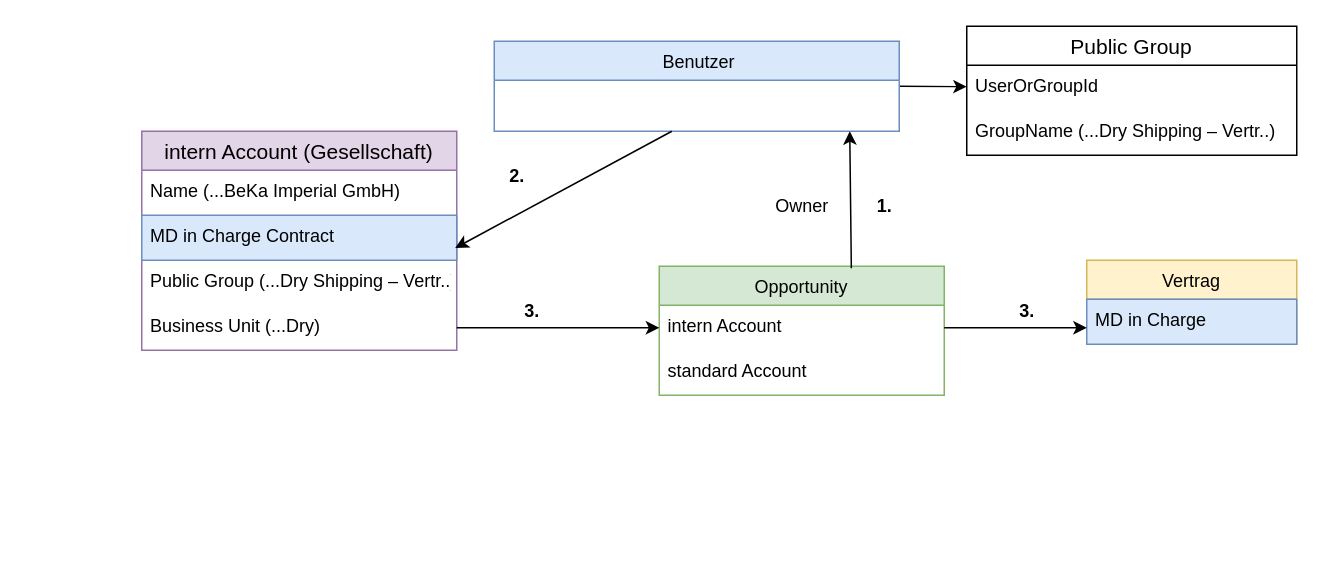
This is User-Vertragsanlage.drawio from tuannguyenvn/SFDX_ps1, a draw.io file, before an edit. Source tidied: cells renumbered, new cells numbered last; positions are measured from the earlier drawing's top-left corner, leaving out a move shared by most shapes. Both pictures are drawn from the tidied source at 150%, with x=0, y=0 at pixel (141, 26).
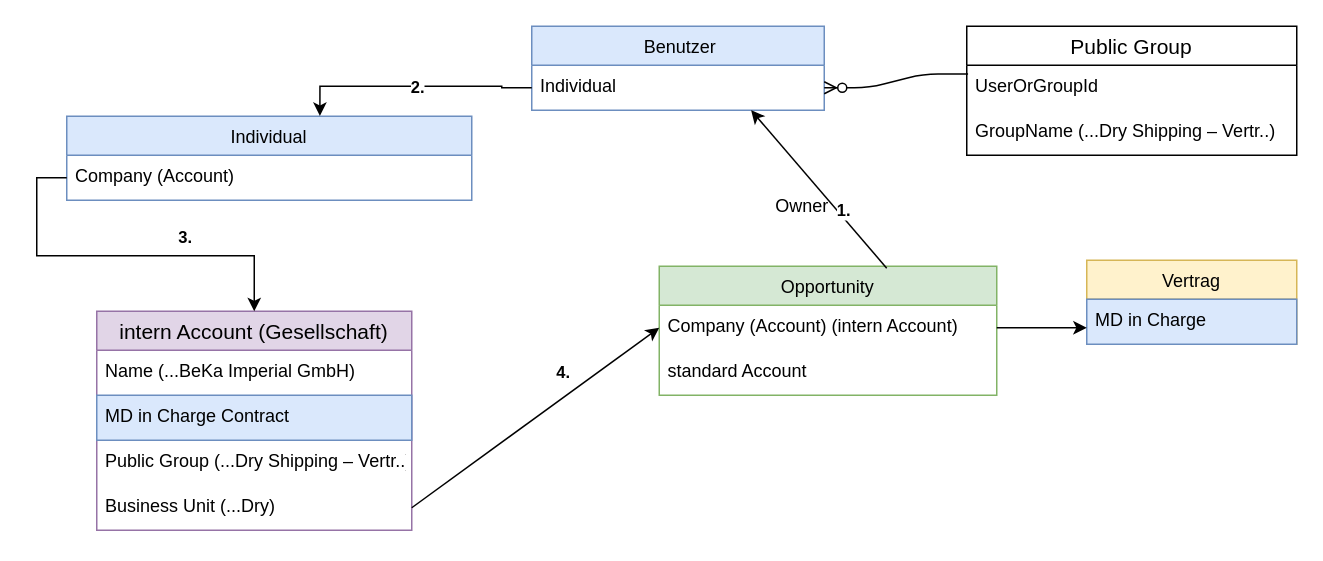
After the change.

The change refers to these unchanged cells:
```xml
<mxCell id="11" value="MD in Charge Contract" style="text;strokeColor=#6c8ebf;fillColor=#dae8fc;spacingLeft=4;spacingRight=4;overflow=hidden;points=[[0,0.5],[1,0.5]];portConstraint=eastwest;fontSize=12;" parent="9" vertex="1">
  <mxGeometry y="56" width="210" height="30" as="geometry" />
</mxCell>
<mxCell id="20" style="edgeStyle=none;rounded=0;jettySize=auto;html=1;exitX=1;exitY=0.5;exitDx=0;exitDy=0;entryX=0;entryY=0.5;entryDx=0;entryDy=0;" parent="1" edge="1" source="13" target="5">
  <mxGeometry relative="1" as="geometry" />
</mxCell>
<mxCell id="24" value="UserOrGroupId" style="text;strokeColor=none;fillColor=none;spacingLeft=4;spacingRight=4;overflow=hidden;points=[[0,0.5],[1,0.5]];portConstraint=eastwest;fontSize=12;" parent="23" vertex="1">
  <mxGeometry y="26" width="220" height="30" as="geometry" />
</mxCell>
```

Change to the diagram source:
```diff
@@
-    <mxCell id="2" style="edgeStyle=none;rounded=0;jettySize=auto;html=1;exitX=1;exitY=0.5;exitDx=0;exitDy=0;" parent="1" edge="1" source="3" target="24">
-      <mxGeometry relative="1" as="geometry" />
-    </mxCell>
     <mxCell id="3" value=" Benutzer" style="swimlane;fontStyle=0;horizontal=1;startSize=26;fillColor=#dae8fc;strokeColor=#6c8ebf;" parent="1" vertex="1">
-      <mxGeometry x="235" y="10" width="270" height="60" as="geometry" />
+      <mxGeometry x="260" width="195" height="56" as="geometry" />
     </mxCell>
+    <mxCell id="26" value="Individual" style="text;strokeColor=none;fillColor=none;spacingLeft=4;spacingRight=4;overflow=hidden;points=[[0,0.5],[1,0.5]];portConstraint=eastwest;fontSize=12;" parent="3" vertex="1">
+      <mxGeometry y="26" width="195" height="30" as="geometry" />
+    </mxCell>
     <mxCell id="4" value="Opportunity" style="swimlane;fontStyle=0;horizontal=1;startSize=26;fillColor=#d5e8d4;strokeColor=#82b366;" parent="1" vertex="1">
-      <mxGeometry x="345" y="160" width="190" height="86" as="geometry" />
+      <mxGeometry x="345" y="160" width="225" height="86" as="geometry" />
     </mxCell>
-    <mxCell id="5" value="intern Account" style="text;spacingLeft=4;spacingRight=4;overflow=hidden;points=[[0,0.5],[1,0.5]];portConstraint=eastwest;fontSize=12;" parent="4" vertex="1">
-      <mxGeometry y="26" width="190" height="30" as="geometry" />
+    <mxCell id="5" value="Company (Account) (intern Account)" style="text;spacingLeft=4;spacingRight=4;overflow=hidden;points=[[0,0.5],[1,0.5]];portConstraint=eastwest;fontSize=12;" parent="4" vertex="1">
+      <mxGeometry y="26" width="225" height="30" as="geometry" />
     </mxCell>
     <mxCell id="6" value="standard Account" style="text;spacingLeft=4;spacingRight=4;overflow=hidden;fontSize=12;" parent="4" vertex="1">
-      <mxGeometry y="56" width="190" height="30" as="geometry" />
+      <mxGeometry y="56" width="225" height="30" as="geometry" />
     </mxCell>
@@
     <mxCell id="9" value="intern Account (Gesellschaft)" style="swimlane;fontStyle=0;horizontal=1;startSize=26;align=center;fontSize=14;fillColor=#e1d5e7;strokeColor=#9673a6;" parent="1" vertex="1">
-      <mxGeometry y="70" width="210" height="146" as="geometry" />
+      <mxGeometry x="-30" y="190" width="210" height="146" as="geometry" />
     </mxCell>
@@
-    <mxCell id="15" style="edgeStyle=none;rounded=0;jettySize=auto;html=1;exitX=0.674;exitY=0.015;exitDx=0;exitDy=0;exitPerimeter=0;" parent="1" edge="1" source="4">
-      <mxGeometry relative="1" as="geometry">
-        <mxPoint x="472" y="70" as="targetPoint" />
-      </mxGeometry>
+    <mxCell id="15" style="edgeStyle=none;rounded=0;jettySize=auto;html=1;exitX=0.674;exitY=0.015;exitDx=0;exitDy=0;exitPerimeter=0;entryX=0.75;entryY=1;entryDx=0;entryDy=0;" parent="1" edge="1" source="4" target="3">
+      <mxGeometry relative="1" as="geometry" />
     </mxCell>
-    <mxCell id="16" style="edgeStyle=none;rounded=0;jettySize=auto;html=1;entryX=0.995;entryY=0.728;entryDx=0;entryDy=0;entryPerimeter=0;" parent="1" edge="1" target="11">
-      <mxGeometry relative="1" as="geometry">
-        <mxPoint x="353.4" y="70" as="sourcePoint" />
-      </mxGeometry>
-    </mxCell>
-    <mxCell id="17" value="1." style="text;html=1;align=center;verticalAlign=middle;strokeColor=none;fontStyle=1;" parent="1" vertex="1">
-      <mxGeometry x="480" y="110" width="30" height="20" as="geometry" />
+    <mxCell id="17" value="&lt;b&gt;1.&lt;/b&gt;" style="edgeLabel;html=1;align=center;verticalAlign=middle;" parent="15" vertex="1">
+      <mxGeometry x="-0.29" y="-3" relative="1" as="geometry" />
     </mxCell>
-    <mxCell id="18" value="2." style="text;html=1;align=center;verticalAlign=middle;strokeColor=none;fontStyle=1;" parent="1" vertex="1">
-      <mxGeometry x="235" y="90" width="30" height="20" as="geometry" />
-    </mxCell>
-    <mxCell id="19" value="3." style="text;html=1;align=center;verticalAlign=middle;strokeColor=none;fontStyle=1;" parent="1" vertex="1">
-      <mxGeometry x="575" y="180" width="30" height="20" as="geometry" />
-    </mxCell>
@@
-    <mxCell id="21" value="3." style="text;html=1;align=center;verticalAlign=middle;strokeColor=none;fontStyle=1;" parent="1" vertex="1">
-      <mxGeometry x="245" y="180" width="30" height="20" as="geometry" />
-    </mxCell>
+    <mxCell id="27" value="&lt;b&gt;4.&lt;/b&gt;" style="edgeLabel;html=1;align=center;verticalAlign=middle;" parent="20" vertex="1">
+      <mxGeometry x="0.37" y="1" relative="1" as="geometry">
+        <mxPoint x="-12" y="-7" as="offset" />
+      </mxGeometry>
+    </mxCell>
@@
+    <mxCell id="28" value="Individual" style="swimlane;fontStyle=0;horizontal=1;startSize=26;fillColor=#dae8fc;strokeColor=#6c8ebf;" parent="1" vertex="1">
+      <mxGeometry x="-50" y="60" width="270" height="56" as="geometry" />
+    </mxCell>
+    <mxCell id="29" value="Company (Account)" style="text;strokeColor=none;fillColor=none;spacingLeft=4;spacingRight=4;overflow=hidden;points=[[0,0.5],[1,0.5]];portConstraint=eastwest;fontSize=12;" parent="28" vertex="1">
+      <mxGeometry y="26" width="270" height="30" as="geometry" />
+    </mxCell>
+    <mxCell id="30" style="edgeStyle=orthogonalEdgeStyle;rounded=0;jettySize=auto;html=1;" parent="1" edge="1" source="29" target="9">
+      <mxGeometry relative="1" as="geometry" />
+    </mxCell>
+    <mxCell id="31" value="&lt;b&gt;3.&lt;/b&gt;" style="edgeLabel;html=1;align=center;verticalAlign=middle;" parent="30" vertex="1">
+      <mxGeometry x="0.34" relative="1" as="geometry">
+        <mxPoint y="-13" as="offset" />
+      </mxGeometry>
+    </mxCell>
+    <mxCell id="32" style="edgeStyle=orthogonalEdgeStyle;rounded=0;jettySize=auto;html=1;entryX=0.625;entryY=-0.004;entryDx=0;entryDy=0;entryPerimeter=0;" parent="1" edge="1" source="26" target="28">
+      <mxGeometry relative="1" as="geometry" />
+    </mxCell>
+    <mxCell id="18" value="&lt;b&gt;2.&lt;/b&gt;" style="edgeLabel;html=1;align=center;verticalAlign=middle;" parent="32" vertex="1">
+      <mxGeometry x="-0.04" relative="1" as="geometry" />
+    </mxCell>
+    <mxCell id="33" style="edgeStyle=entityRelationEdgeStyle;fontSize=12;html=1;endArrow=ERzeroToMany;endFill=1;entryX=1;entryY=0.5;entryDx=0;entryDy=0;exitX=0.004;exitY=0.193;exitDx=0;exitDy=0;exitPerimeter=0;" parent="1" edge="1" source="24" target="26">
+      <mxGeometry relative="1" as="geometry" />
+    </mxCell>
```
